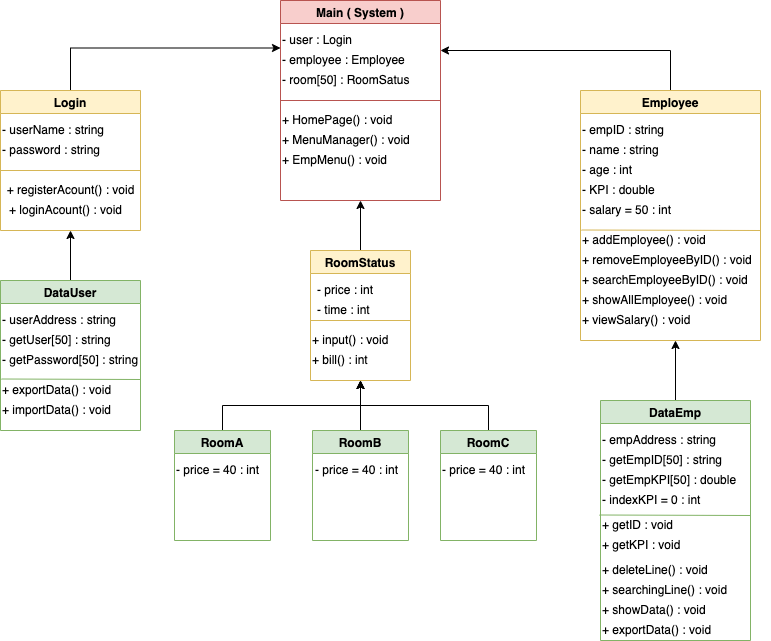
Before: finalMap.png, a diagram exported from draw.io (khuongdoanngoc/Group5_finalHotelManager). Source tidied: cells renumbered, new cells last; positions are measured from the earlier drawing's top-left corner, leaving out a move shared by most shapes. Its diagram source:
```xml
<mxGraphModel>
  <root>
    <mxCell id="0" />
    <mxCell id="1" parent="0" />
    <mxCell id="2" style="edgeStyle=orthogonalEdgeStyle;rounded=0;jettySize=auto;html=1;exitX=0.5;exitY=0;exitDx=0;exitDy=0;" parent="1" edge="1" source="3">
      <mxGeometry relative="1" as="geometry">
        <mxPoint x="675" y="340" as="targetPoint" />
      </mxGeometry>
    </mxCell>
    <mxCell id="3" value="DataEmp" style="swimlane;fillColor=#d5e8d4;strokeColor=#82b366;" parent="1" vertex="1">
      <mxGeometry x="600" y="400" width="150" height="240" as="geometry" />
    </mxCell>
    <mxCell id="4" value="- empAddress : string" style="text;html=1;align=left;verticalAlign=middle;strokeColor=none;fillColor=none;" parent="3" vertex="1">
      <mxGeometry y="30" width="130" height="20" as="geometry" />
    </mxCell>
    <mxCell id="5" value="- getEmpID[50] : string" style="text;html=1;align=left;verticalAlign=middle;strokeColor=none;fillColor=none;" parent="3" vertex="1">
      <mxGeometry y="50" width="140" height="20" as="geometry" />
    </mxCell>
    <mxCell id="6" value="- getEmpKPI[50] : double" style="text;html=1;align=left;verticalAlign=middle;strokeColor=none;fillColor=none;" parent="3" vertex="1">
      <mxGeometry y="70" width="150" height="20" as="geometry" />
    </mxCell>
    <mxCell id="7" value="- indexKPI = 0 : int" style="text;html=1;align=left;verticalAlign=middle;strokeColor=none;fillColor=none;" parent="3" vertex="1">
      <mxGeometry y="90" width="110" height="20" as="geometry" />
    </mxCell>
    <mxCell id="8" value="+ getID : void" style="text;html=1;align=left;verticalAlign=middle;points=[];strokeColor=none;fillColor=none;" parent="3" vertex="1">
      <mxGeometry y="115" width="90" height="20" as="geometry" />
    </mxCell>
    <mxCell id="9" value="+ getKPI : void" style="text;html=1;align=left;verticalAlign=middle;strokeColor=none;fillColor=none;" parent="3" vertex="1">
      <mxGeometry y="135" width="90" height="20" as="geometry" />
    </mxCell>
    <mxCell id="10" value="+ deleteLine() : void" style="text;html=1;align=left;verticalAlign=middle;strokeColor=none;fillColor=none;" parent="3" vertex="1">
      <mxGeometry y="160" width="120" height="20" as="geometry" />
    </mxCell>
    <mxCell id="11" value="+ searchingLine() : void" style="text;html=1;align=left;verticalAlign=middle;strokeColor=none;fillColor=none;" parent="3" vertex="1">
      <mxGeometry y="180" width="140" height="20" as="geometry" />
    </mxCell>
    <mxCell id="12" value="+ showData() : void" style="text;html=1;align=left;verticalAlign=middle;strokeColor=none;fillColor=none;" parent="3" vertex="1">
      <mxGeometry y="200" width="120" height="20" as="geometry" />
    </mxCell>
    <mxCell id="13" value="+ exportData() : void" style="text;html=1;align=left;verticalAlign=middle;strokeColor=none;fillColor=none;" parent="3" vertex="1">
      <mxGeometry y="220" width="120" height="20" as="geometry" />
    </mxCell>
    <mxCell id="14" style="edgeStyle=orthogonalEdgeStyle;rounded=0;jettySize=auto;html=1;exitX=0.5;exitY=0;exitDx=0;exitDy=0;entryX=0.5;entryY=1;entryDx=0;entryDy=0;" parent="1" edge="1" source="15" target="29">
      <mxGeometry relative="1" as="geometry" />
    </mxCell>
    <mxCell id="15" value="DataUser" style="swimlane;fillColor=#d5e8d4;strokeColor=#82b366;" parent="1" vertex="1">
      <mxGeometry y="280" width="140" height="150" as="geometry" />
    </mxCell>
    <mxCell id="16" value="- userAddress : string" style="text;html=1;align=left;verticalAlign=middle;strokeColor=none;fillColor=none;" parent="15" vertex="1">
      <mxGeometry y="30" width="130" height="20" as="geometry" />
    </mxCell>
    <mxCell id="17" value="- getUser[50] : string" style="text;html=1;align=left;verticalAlign=middle;strokeColor=none;fillColor=none;" parent="15" vertex="1">
      <mxGeometry y="50" width="120" height="20" as="geometry" />
    </mxCell>
    <mxCell id="18" value="- getPassword[50] : string" style="text;html=1;align=left;verticalAlign=middle;strokeColor=none;fillColor=none;" parent="15" vertex="1">
      <mxGeometry y="70" width="150" height="20" as="geometry" />
    </mxCell>
    <mxCell id="19" value="+ exportData() : void" style="text;html=1;align=left;verticalAlign=middle;points=[];strokeColor=none;fillColor=none;" parent="15" vertex="1">
      <mxGeometry y="100" width="120" height="20" as="geometry" />
    </mxCell>
    <mxCell id="20" value="+ importData() : void" style="text;html=1;align=left;verticalAlign=middle;strokeColor=none;fillColor=none;" parent="15" vertex="1">
      <mxGeometry y="120" width="120" height="20" as="geometry" />
    </mxCell>
    <mxCell id="21" value="Main ( System )" style="swimlane;fillColor=#f8cecc;strokeColor=#b85450;align=center;" parent="1" vertex="1">
      <mxGeometry x="280" width="160" height="200" as="geometry" />
    </mxCell>
    <mxCell id="22" value="- user : Login" style="text;html=1;align=left;verticalAlign=middle;points=[];strokeColor=none;fillColor=none;" parent="21" vertex="1">
      <mxGeometry y="30" width="90" height="20" as="geometry" />
    </mxCell>
    <mxCell id="23" value="- employee : Employee" style="text;html=1;align=left;verticalAlign=middle;strokeColor=none;fillColor=none;" parent="21" vertex="1">
      <mxGeometry y="50" width="140" height="20" as="geometry" />
    </mxCell>
    <mxCell id="24" value="- room[50] : RoomSatus" style="text;html=1;align=left;verticalAlign=middle;strokeColor=none;fillColor=none;" parent="21" vertex="1">
      <mxGeometry y="70" width="140" height="20" as="geometry" />
    </mxCell>
    <mxCell id="25" value="+ HomePage() : void" style="text;html=1;align=left;verticalAlign=middle;strokeColor=none;fillColor=none;" parent="21" vertex="1">
      <mxGeometry y="110" width="130" height="20" as="geometry" />
    </mxCell>
    <mxCell id="26" value="+ MenuManager() : void" style="text;html=1;align=left;verticalAlign=middle;strokeColor=none;fillColor=none;" parent="21" vertex="1">
      <mxGeometry y="130" width="140" height="20" as="geometry" />
    </mxCell>
    <mxCell id="27" value="+ EmpMenu() : void" style="text;html=1;align=left;verticalAlign=middle;strokeColor=none;fillColor=none;" parent="21" vertex="1">
      <mxGeometry y="150" width="120" height="20" as="geometry" />
    </mxCell>
    <mxCell id="28" style="edgeStyle=orthogonalEdgeStyle;rounded=0;jettySize=auto;html=1;exitX=0.5;exitY=0;exitDx=0;exitDy=0;entryX=0;entryY=0.875;entryDx=0;entryDy=0;entryPerimeter=0;" parent="1" edge="1" source="29" target="22">
      <mxGeometry relative="1" as="geometry" />
    </mxCell>
    <mxCell id="29" value="Login" style="swimlane;align=center;fillColor=#fff2cc;strokeColor=#d6b656;" parent="1" vertex="1">
      <mxGeometry y="90" width="140" height="140" as="geometry" />
    </mxCell>
    <mxCell id="30" value="- userName : string" style="text;html=1;align=left;verticalAlign=middle;strokeColor=none;fillColor=none;" parent="29" vertex="1">
      <mxGeometry y="30" width="120" height="20" as="geometry" />
    </mxCell>
    <mxCell id="31" value="- password : string" style="text;html=1;align=left;verticalAlign=middle;strokeColor=none;fillColor=none;" parent="29" vertex="1">
      <mxGeometry y="50" width="110" height="20" as="geometry" />
    </mxCell>
    <mxCell id="32" value="+ registerAcount() : void" style="text;html=1;align=center;verticalAlign=middle;strokeColor=none;fillColor=none;" parent="29" vertex="1">
      <mxGeometry y="90" width="140" height="20" as="geometry" />
    </mxCell>
    <mxCell id="33" value="+ loginAcount() : void" style="text;html=1;align=center;verticalAlign=middle;strokeColor=none;fillColor=none;" parent="29" vertex="1">
      <mxGeometry y="110" width="130" height="20" as="geometry" />
    </mxCell>
    <mxCell id="34" style="edgeStyle=orthogonalEdgeStyle;rounded=0;jettySize=auto;html=1;exitX=0.5;exitY=0;exitDx=0;exitDy=0;entryX=1;entryY=0.25;entryDx=0;entryDy=0;" parent="1" edge="1" source="35" target="21">
      <mxGeometry relative="1" as="geometry" />
    </mxCell>
    <mxCell id="35" value="Employee" style="swimlane;fillColor=#fff2cc;strokeColor=#d6b656;" parent="1" vertex="1">
      <mxGeometry x="580" y="90" width="180" height="250" as="geometry" />
    </mxCell>
    <mxCell id="36" value="- empID : string" style="text;html=1;align=left;verticalAlign=middle;strokeColor=none;fillColor=none;" parent="35" vertex="1">
      <mxGeometry y="30" width="100" height="20" as="geometry" />
    </mxCell>
    <mxCell id="37" value="- name : string" style="text;html=1;align=left;verticalAlign=middle;strokeColor=none;fillColor=none;" parent="35" vertex="1">
      <mxGeometry y="50" width="90" height="20" as="geometry" />
    </mxCell>
    <mxCell id="38" value="- age : int" style="text;html=1;align=left;verticalAlign=middle;strokeColor=none;fillColor=none;" parent="35" vertex="1">
      <mxGeometry y="70" width="70" height="20" as="geometry" />
    </mxCell>
    <mxCell id="39" value="- KPI : double" style="text;html=1;align=left;verticalAlign=middle;strokeColor=none;fillColor=none;" parent="35" vertex="1">
      <mxGeometry y="90" width="90" height="20" as="geometry" />
    </mxCell>
    <mxCell id="40" value="- salary = 50 : int" style="text;html=1;align=left;verticalAlign=middle;strokeColor=none;fillColor=none;" parent="35" vertex="1">
      <mxGeometry y="110" width="100" height="20" as="geometry" />
    </mxCell>
    <mxCell id="41" value="+ addEmployee() : void" style="text;html=1;align=left;verticalAlign=middle;points=[];strokeColor=none;fillColor=none;" parent="35" vertex="1">
      <mxGeometry y="140" width="140" height="20" as="geometry" />
    </mxCell>
    <mxCell id="42" value="+ removeEmployeeByID() : void" style="text;html=1;align=left;verticalAlign=middle;strokeColor=none;fillColor=none;" parent="35" vertex="1">
      <mxGeometry y="160" width="190" height="20" as="geometry" />
    </mxCell>
    <mxCell id="43" value="+ searchEmployeeByID() : void" style="text;html=1;align=left;verticalAlign=middle;strokeColor=none;fillColor=none;" parent="35" vertex="1">
      <mxGeometry y="180" width="180" height="20" as="geometry" />
    </mxCell>
    <mxCell id="44" value="+ showAllEmployee() : void" style="text;html=1;align=left;verticalAlign=middle;strokeColor=none;fillColor=none;" parent="35" vertex="1">
      <mxGeometry y="200" width="160" height="20" as="geometry" />
    </mxCell>
    <mxCell id="45" value="+ viewSalary() : void" style="text;html=1;align=left;verticalAlign=middle;strokeColor=none;fillColor=none;" parent="35" vertex="1">
      <mxGeometry y="220" width="120" height="20" as="geometry" />
    </mxCell>
    <mxCell id="46" style="edgeStyle=orthogonalEdgeStyle;rounded=0;jettySize=auto;html=1;exitX=0.5;exitY=0;exitDx=0;exitDy=0;entryX=0.5;entryY=1;entryDx=0;entryDy=0;" parent="1" edge="1" source="47" target="21">
      <mxGeometry relative="1" as="geometry" />
    </mxCell>
    <mxCell id="47" value="RoomStatus" style="swimlane;fillColor=#fff2cc;strokeColor=#d6b656;" parent="1" vertex="1">
      <mxGeometry x="310" y="250" width="100" height="130" as="geometry" />
    </mxCell>
    <mxCell id="48" value="- time : int" style="text;html=1;align=left;verticalAlign=middle;strokeColor=none;fillColor=none;" parent="47" vertex="1">
      <mxGeometry x="5" y="50" width="70" height="20" as="geometry" />
    </mxCell>
    <mxCell id="49" value="- price : int" style="text;html=1;align=left;verticalAlign=middle;strokeColor=none;fillColor=none;" parent="47" vertex="1">
      <mxGeometry x="5" y="30" width="70" height="20" as="geometry" />
    </mxCell>
    <mxCell id="50" value="+ bill() : int" style="text;html=1;align=left;verticalAlign=middle;strokeColor=none;fillColor=none;" parent="47" vertex="1">
      <mxGeometry y="100" width="70" height="20" as="geometry" />
    </mxCell>
    <mxCell id="51" value="+ input() : void" style="text;html=1;align=left;verticalAlign=middle;strokeColor=none;fillColor=none;" parent="47" vertex="1">
      <mxGeometry y="80" width="90" height="20" as="geometry" />
    </mxCell>
    <mxCell id="52" style="endArrow=none;html=1;rounded=0;fillColor=#fff2cc;strokeColor=#d6b656;" parent="47" edge="1">
      <mxGeometry relative="1" as="geometry">
        <mxPoint y="70" as="sourcePoint" />
        <mxPoint x="100" y="70" as="targetPoint" />
      </mxGeometry>
    </mxCell>
    <mxCell id="53" style="endArrow=none;html=1;rounded=0;exitX=0;exitY=0.5;exitDx=0;exitDy=0;entryX=1;entryY=0.5;entryDx=0;entryDy=0;fillColor=#f8cecc;strokeColor=#b85450;align=left;" parent="1" edge="1" source="21" target="21">
      <mxGeometry relative="1" as="geometry" />
    </mxCell>
    <mxCell id="54" style="endArrow=none;html=1;rounded=0;fillColor=#fff2cc;strokeColor=#d6b656;" parent="1" edge="1">
      <mxGeometry relative="1" as="geometry">
        <mxPoint y="170" as="sourcePoint" />
        <mxPoint x="140" y="170" as="targetPoint" />
      </mxGeometry>
    </mxCell>
    <mxCell id="55" style="endArrow=none;html=1;rounded=0;exitX=0.008;exitY=-0.075;exitDx=0;exitDy=0;exitPerimeter=0;fillColor=#d5e8d4;strokeColor=#82b366;" parent="1" edge="1" source="19">
      <mxGeometry relative="1" as="geometry">
        <mxPoint x="140" y="379" as="targetPoint" />
      </mxGeometry>
    </mxCell>
    <mxCell id="56" style="endArrow=none;html=1;rounded=0;fillColor=#fff2cc;strokeColor=#d6b656;entryX=0.007;entryY=-0.025;entryDx=0;entryDy=0;entryPerimeter=0;" parent="1" edge="1" target="41">
      <mxGeometry relative="1" as="geometry">
        <mxPoint x="760" y="230" as="sourcePoint" />
      </mxGeometry>
    </mxCell>
    <mxCell id="57" style="endArrow=none;html=1;rounded=0;exitX=-0.011;exitY=-0.025;exitDx=0;exitDy=0;exitPerimeter=0;fillColor=#d5e8d4;strokeColor=#82b366;" parent="1" edge="1" source="8">
      <mxGeometry relative="1" as="geometry">
        <mxPoint x="750" y="515" as="targetPoint" />
      </mxGeometry>
    </mxCell>
    <mxCell id="58" style="edgeStyle=orthogonalEdgeStyle;rounded=0;jettySize=auto;html=1;exitX=0.5;exitY=0;exitDx=0;exitDy=0;entryX=0.5;entryY=1;entryDx=0;entryDy=0;" parent="1" edge="1" source="59" target="47">
      <mxGeometry relative="1" as="geometry" />
    </mxCell>
    <mxCell id="59" value="RoomA" style="swimlane;fillColor=#d5e8d4;strokeColor=#82b366;" parent="1" vertex="1">
      <mxGeometry x="174" y="430" width="96" height="110" as="geometry" />
    </mxCell>
    <mxCell id="60" value="- price = 40 : int" style="text;html=1;align=left;verticalAlign=middle;strokeColor=none;fillColor=none;" parent="59" vertex="1">
      <mxGeometry y="30" width="100" height="20" as="geometry" />
    </mxCell>
    <mxCell id="61" style="edgeStyle=orthogonalEdgeStyle;rounded=0;jettySize=auto;html=1;exitX=0.5;exitY=0;exitDx=0;exitDy=0;entryX=0.5;entryY=1;entryDx=0;entryDy=0;" parent="1" edge="1" source="62" target="47">
      <mxGeometry relative="1" as="geometry" />
    </mxCell>
    <mxCell id="62" value="RoomB" style="swimlane;fillColor=#d5e8d4;strokeColor=#82b366;" parent="1" vertex="1">
      <mxGeometry x="312" y="430" width="96" height="110" as="geometry" />
    </mxCell>
    <mxCell id="63" value="- price = 40 : int" style="text;html=1;align=left;verticalAlign=middle;strokeColor=none;fillColor=none;" parent="62" vertex="1">
      <mxGeometry x="1" y="30" width="100" height="20" as="geometry" />
    </mxCell>
    <mxCell id="64" style="edgeStyle=orthogonalEdgeStyle;rounded=0;jettySize=auto;html=1;exitX=0.5;exitY=0;exitDx=0;exitDy=0;entryX=0.5;entryY=1;entryDx=0;entryDy=0;" parent="1" edge="1" source="65" target="47">
      <mxGeometry relative="1" as="geometry" />
    </mxCell>
    <mxCell id="65" value="RoomC" style="swimlane;fillColor=#d5e8d4;strokeColor=#82b366;" parent="1" vertex="1">
      <mxGeometry x="440" y="430" width="96" height="110" as="geometry" />
    </mxCell>
    <mxCell id="66" value="- price = 40 : int" style="text;html=1;align=left;verticalAlign=middle;strokeColor=none;fillColor=none;" parent="65" vertex="1">
      <mxGeometry y="30" width="100" height="20" as="geometry" />
    </mxCell>
  </root>
</mxGraphModel>
```
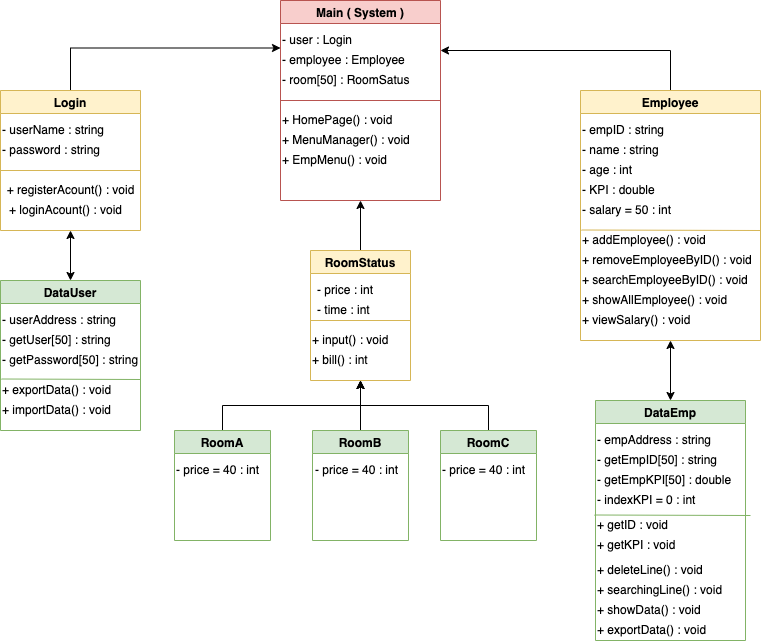
Above is the later version.

What changed in the source:
```diff
@@ -2,13 +2,8 @@
   <root>
     <mxCell id="0" />
     <mxCell id="1" parent="0" />
-    <mxCell id="2" style="edgeStyle=orthogonalEdgeStyle;rounded=0;jettySize=auto;html=1;exitX=0.5;exitY=0;exitDx=0;exitDy=0;" parent="1" edge="1" source="3">
-      <mxGeometry relative="1" as="geometry">
-        <mxPoint x="675" y="340" as="targetPoint" />
-      </mxGeometry>
-    </mxCell>
     <mxCell id="3" value="DataEmp" style="swimlane;fillColor=#d5e8d4;strokeColor=#82b366;" parent="1" vertex="1">
-      <mxGeometry x="600" y="400" width="150" height="240" as="geometry" />
+      <mxGeometry x="595" y="400" width="150" height="240" as="geometry" />
     </mxCell>
     <mxCell id="4" value="- empAddress : string" style="text;html=1;align=left;verticalAlign=middle;strokeColor=none;fillColor=none;" parent="3" vertex="1">
       <mxGeometry y="30" width="130" height="20" as="geometry" />
@@ -40,9 +35,6 @@
     <mxCell id="13" value="+ exportData() : void" style="text;html=1;align=left;verticalAlign=middle;strokeColor=none;fillColor=none;" parent="3" vertex="1">
       <mxGeometry y="220" width="120" height="20" as="geometry" />
     </mxCell>
-    <mxCell id="14" style="edgeStyle=orthogonalEdgeStyle;rounded=0;jettySize=auto;html=1;exitX=0.5;exitY=0;exitDx=0;exitDy=0;entryX=0.5;entryY=1;entryDx=0;entryDy=0;" parent="1" edge="1" source="15" target="29">
-      <mxGeometry relative="1" as="geometry" />
-    </mxCell>
     <mxCell id="15" value="DataUser" style="swimlane;fillColor=#d5e8d4;strokeColor=#82b366;" parent="1" vertex="1">
       <mxGeometry y="280" width="140" height="150" as="geometry" />
     </mxCell>
@@ -211,5 +203,11 @@
     <mxCell id="66" value="- price = 40 : int" style="text;html=1;align=left;verticalAlign=middle;strokeColor=none;fillColor=none;" parent="65" vertex="1">
       <mxGeometry y="30" width="100" height="20" as="geometry" />
     </mxCell>
+    <mxCell id="14" style="endArrow=classic;startArrow=classic;html=1;rounded=0;exitX=0.5;exitY=0;exitDx=0;exitDy=0;entryX=0.5;entryY=1;entryDx=0;entryDy=0;" parent="1" edge="1" source="15" target="29">
+      <mxGeometry relative="1" as="geometry" />
+    </mxCell>
+    <mxCell id="67" style="endArrow=classic;startArrow=classic;html=1;rounded=0;entryX=0.5;entryY=1;entryDx=0;entryDy=0;exitX=0.5;exitY=0;exitDx=0;exitDy=0;" parent="1" edge="1" source="3" target="35">
+      <mxGeometry relative="1" as="geometry" />
+    </mxCell>
   </root>
 </mxGraphModel>
```
